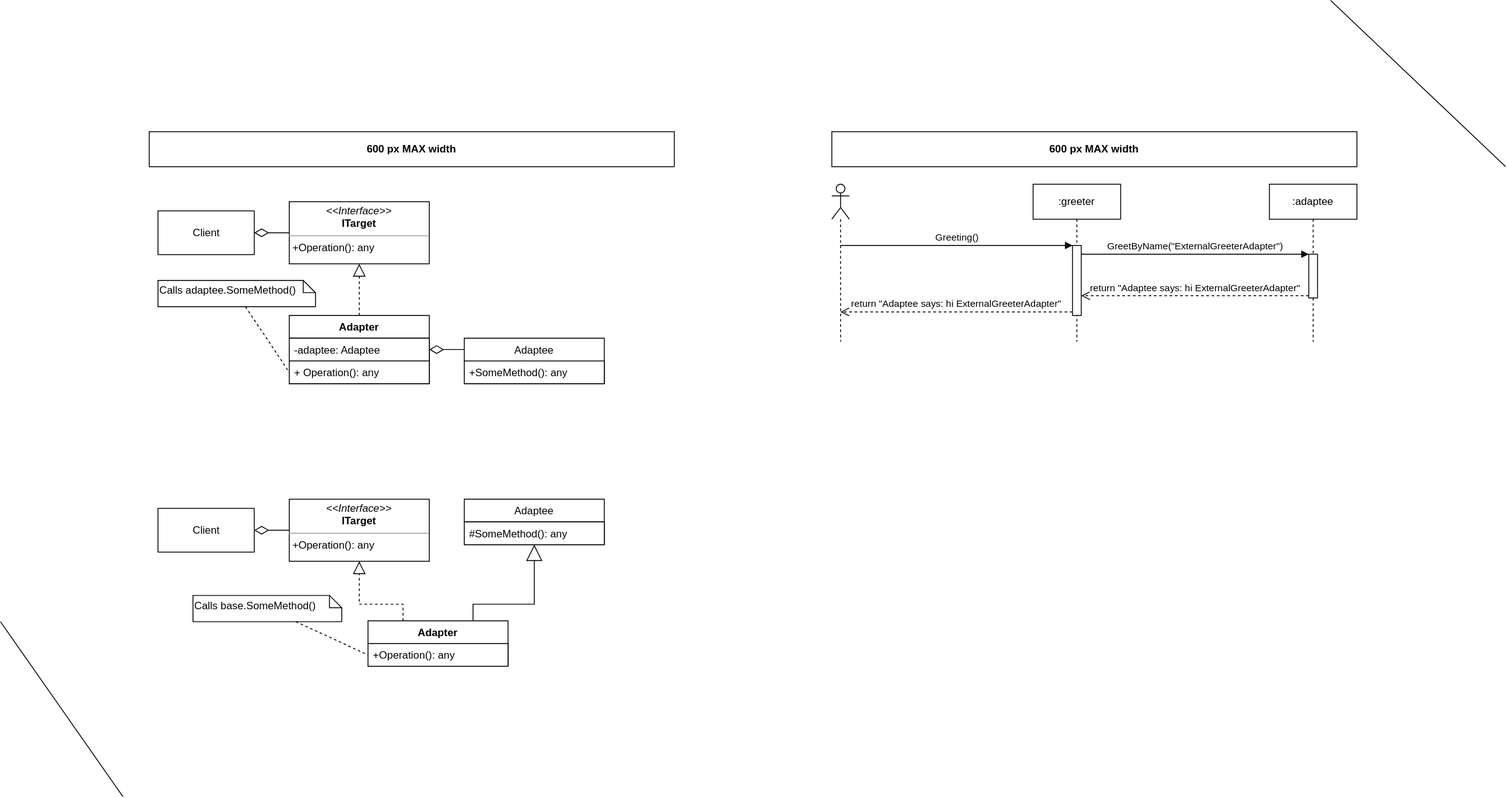
This is Diagrams/Adapter.svg from PacktPublishing/Architecting-ASP.NET-Core-Applications-3E, a draw.io export, as it was before one commit. Source tidied: cells renumbered, new cells last; positions are measured from the earlier drawing's top-left corner, leaving out a move shared by most shapes.
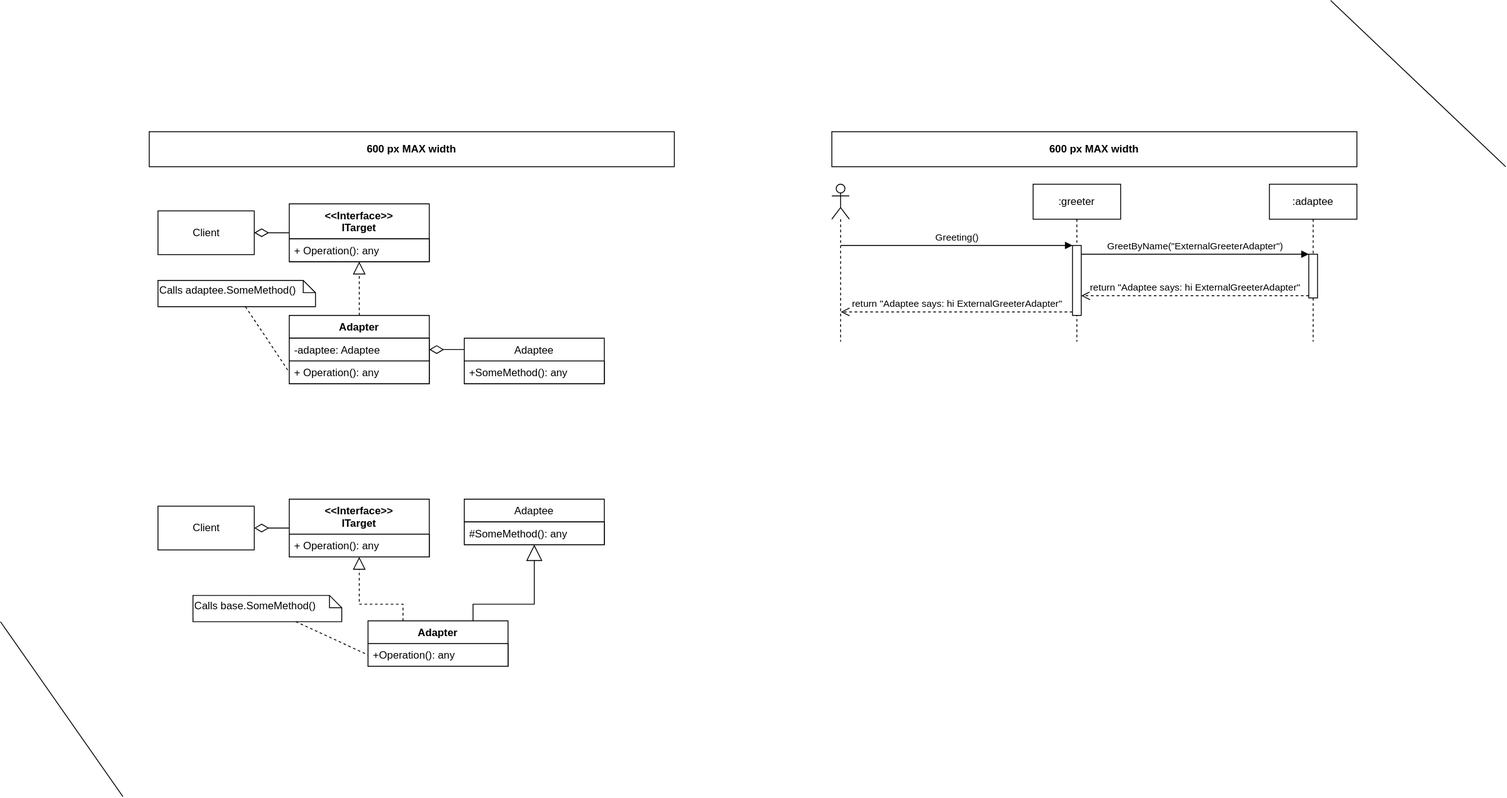
The same file after the commit.

Diff of the diagram source:
```diff
@@ -11,16 +11,13 @@
     <mxCell id="4" value="+SomeMethod(): any" style="text;strokeColor=default;fillColor=default;align=left;verticalAlign=top;spacingLeft=4;spacingRight=4;overflow=hidden;" parent="3" vertex="1">
       <mxGeometry y="26" width="160" height="26" as="geometry" />
     </mxCell>
-    <mxCell id="5" value="&lt;p style=&quot;margin: 0px ; margin-top: 4px ; text-align: center&quot;&gt;&lt;i&gt;&amp;lt;&amp;lt;Interface&amp;gt;&amp;gt;&lt;/i&gt;&lt;br&gt;&lt;b&gt;ITarget&lt;/b&gt;&lt;/p&gt;&lt;hr size=&quot;1&quot;&gt;&lt;p style=&quot;margin: 0px ; margin-left: 4px&quot;&gt;&lt;/p&gt;&lt;p style=&quot;margin: 0px ; margin-left: 4px&quot;&gt;+Operation(): any&lt;br&gt;&lt;/p&gt;" style="verticalAlign=top;align=left;overflow=fill;fontSize=12;fontFamily=Helvetica;html=1;" parent="1" vertex="1">
-      <mxGeometry x="330" y="230" width="160" height="71" as="geometry" />
-    </mxCell>
     <mxCell id="6" style="endArrow=diamondThin;endFill=0;endSize=14;html=1;entryX=1;entryY=0.5;edgeStyle=orthogonalEdgeStyle;rounded=0;exitX=0;exitY=0.25;" parent="1" edge="1" source="3" target="10">
       <mxGeometry relative="1" as="geometry" />
     </mxCell>
-    <mxCell id="7" style="endArrow=diamondThin;endFill=0;endSize=14;html=1;" parent="1" edge="1" source="5" target="2">
+    <mxCell id="7" style="endArrow=diamondThin;endFill=0;endSize=14;html=1;" parent="1" edge="1" source="38" target="2">
       <mxGeometry relative="1" as="geometry" />
     </mxCell>
-    <mxCell id="8" style="endArrow=block;dashed=1;endFill=0;endSize=12;html=1;" parent="1" edge="1" source="9" target="5">
+    <mxCell id="8" style="endArrow=block;dashed=1;endFill=0;endSize=12;html=1;" parent="1" edge="1" source="9" target="38">
       <mxGeometry relative="1" as="geometry" />
     </mxCell>
     <mxCell id="9" value="Adapter" style="swimlane;fontStyle=1;align=center;verticalAlign=top;horizontal=1;startSize=26;fillColor=default;strokeColor=default;swimlaneFillColor=default;" parent="1" vertex="1">
@@ -33,7 +30,7 @@
       <mxGeometry y="52" width="160" height="26" as="geometry" />
     </mxCell>
     <mxCell id="12" value="Client" style="html=1;" parent="1" vertex="1">
-      <mxGeometry x="180" y="580.5" width="110" height="50" as="geometry" />
+      <mxGeometry x="180" y="578" width="110" height="50" as="geometry" />
     </mxCell>
     <mxCell id="13" value="Adaptee" style="swimlane;fontStyle=0;horizontal=1;startSize=26;fillColor=default;strokeColor=default;" parent="1" vertex="1">
       <mxGeometry x="530" y="570" width="160" height="52" as="geometry" />
@@ -41,13 +38,10 @@
     <mxCell id="14" value="#SomeMethod(): any" style="text;strokeColor=default;fillColor=default;align=left;verticalAlign=top;spacingLeft=4;spacingRight=4;overflow=hidden;" parent="13" vertex="1">
       <mxGeometry y="26" width="160" height="26" as="geometry" />
     </mxCell>
-    <mxCell id="15" value="&lt;p style=&quot;margin: 0px ; margin-top: 4px ; text-align: center&quot;&gt;&lt;i&gt;&amp;lt;&amp;lt;Interface&amp;gt;&amp;gt;&lt;/i&gt;&lt;br&gt;&lt;b&gt;ITarget&lt;/b&gt;&lt;/p&gt;&lt;hr size=&quot;1&quot;&gt;&lt;p style=&quot;margin: 0px ; margin-left: 4px&quot;&gt;&lt;/p&gt;&lt;p style=&quot;margin: 0px ; margin-left: 4px&quot;&gt;+Operation(): any&lt;br&gt;&lt;/p&gt;" style="verticalAlign=top;align=left;overflow=fill;fontSize=12;fontFamily=Helvetica;html=1;strokeColor=default;fillColor=default;perimeterSpacing=0;" parent="1" vertex="1">
-      <mxGeometry x="330" y="570" width="160" height="71" as="geometry" />
-    </mxCell>
-    <mxCell id="16" style="endArrow=diamondThin;endFill=0;endSize=14;html=1;" parent="1" edge="1" source="15" target="12">
+    <mxCell id="16" style="endArrow=diamondThin;endFill=0;endSize=14;html=1;" parent="1" edge="1" source="40" target="12">
       <mxGeometry relative="1" as="geometry" />
     </mxCell>
-    <mxCell id="17" style="endArrow=block;dashed=1;endFill=0;endSize=12;html=1;edgeStyle=orthogonalEdgeStyle;rounded=0;exitX=0.25;exitY=0;" parent="1" edge="1" source="18" target="15">
+    <mxCell id="17" style="endArrow=block;dashed=1;endFill=0;endSize=12;html=1;edgeStyle=orthogonalEdgeStyle;rounded=0;exitX=0.25;exitY=0;" parent="1" edge="1" source="18" target="40">
       <mxGeometry relative="1" as="geometry">
         <Array as="points">
           <mxPoint x="460" y="690" />
@@ -126,5 +120,17 @@
     <mxCell id="37" value="600 px MAX width" style="rounded=0;whiteSpace=wrap;html=1;sketch=0;fontSize=12;align=center;fontStyle=1;" parent="1" vertex="1">
       <mxGeometry x="950" y="150" width="600" height="40" as="geometry" />
     </mxCell>
+    <mxCell id="38" value="&lt;&lt;Interface&gt;&gt;&#10;ITarget" style="swimlane;fontStyle=1;align=center;verticalAlign=top;horizontal=1;startSize=40;" parent="1" vertex="1">
+      <mxGeometry x="330" y="232.5" width="160" height="66" as="geometry" />
+    </mxCell>
+    <mxCell id="39" value="+ Operation(): any" style="text;strokeColor=default;fillColor=default;align=left;verticalAlign=top;spacingLeft=4;spacingRight=4;overflow=hidden;" parent="38" vertex="1">
+      <mxGeometry y="40" width="160" height="26" as="geometry" />
+    </mxCell>
+    <mxCell id="40" value="&lt;&lt;Interface&gt;&gt;&#10;ITarget" style="swimlane;fontStyle=1;align=center;verticalAlign=top;horizontal=1;startSize=40;" parent="1" vertex="1">
+      <mxGeometry x="330" y="570" width="160" height="66" as="geometry" />
+    </mxCell>
+    <mxCell id="41" value="+ Operation(): any" style="text;strokeColor=default;fillColor=default;align=left;verticalAlign=top;spacingLeft=4;spacingRight=4;overflow=hidden;" parent="40" vertex="1">
+      <mxGeometry y="40" width="160" height="26" as="geometry" />
+    </mxCell>
   </root>
 </mxGraphModel>
```
